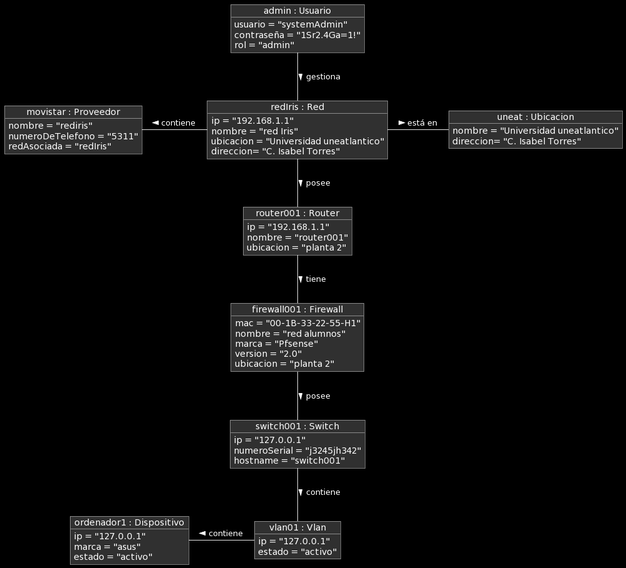
The PlantUML diagram images/DiagramaDeObjetos.png in mmasias/IdSw1-22-23, before a commit. Source of this version:
```plantuml
@startuml
object "admin : Usuario" as admin {
    usuario = "systemAdmin"
    contraseña = "1Sr2.4Ga=1!"
    rol = "admin"
}

object "redIris : Red" as red1 {
ip = "192.168.1.1"
nombre = "red Iris"
ubicacion = "Universidad uneatlantico"
direccion= "C. Isabel Torres"
}

object "router001 : Router" as router {
ip = "192.168.1.1"
nombre = "router001"
ubicacion = "planta 2"
}

object "uneat : Ubicacion" as uneat {
nombre = "Universidad uneatlantico"
direccion= "C. Isabel Torres"
}

object "movistar : Proveedor" as redIris {
nombre = "rediris"
numeroDeTelefono = "5311"
redAsociada = "redIris"
}

object "firewall001 : Firewall" as firewall {
mac = "00-1B-33-22-55-H1"
nombre = "red alumnos"
marca = "Pfsense"
version = "2.0"
ubicacion = "planta 2"
}

object "switch001 : Switch" as switch {
    ip = "127.0.0.1"
    numeroSerial = "j3245jh342"
    hostname = "switch001"
}

object "vlan01 : Vlan" as vlan {
    ip = "127.0.0.1"
    estado = "activo"
}

object "ordenador1 : Dispositivo" as ordenador1 {
    ip = "127.0.0.1"
    marca = "asus"
    estado = "activo"
}

admin -d- red1: gestiona >
red1 -- router: posee >
router -- firewall: tiene >
red1 -l- redIris: contiene >
red1 -r- uneat: está en >
firewall -- switch: posee >
switch -- vlan: contiene >
vlan -l- ordenador1: contiene >
@enduml
```
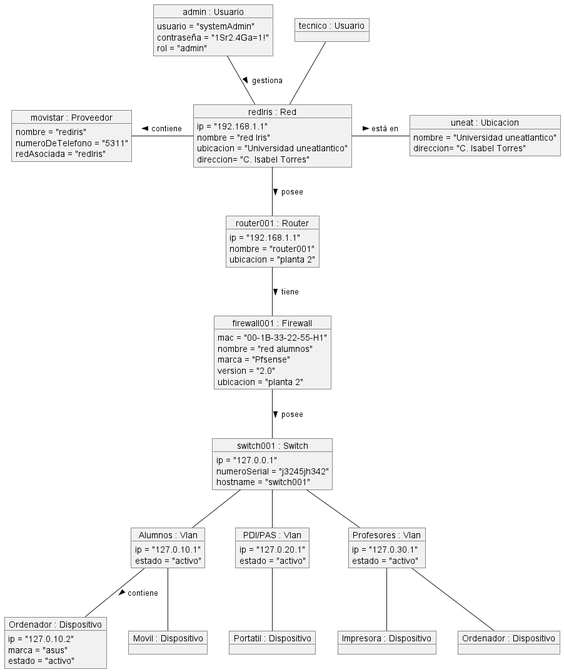
Above is the later version.

The edit, as a diff of the source:
```diff
@@ -1,8 +1,12 @@
-@startuml
+@startuml proyecto
+
 object "admin : Usuario" as admin {
     usuario = "systemAdmin"
     contraseña = "1Sr2.4Ga=1!"
     rol = "admin"
+}
+
+object "tecnico : Usuario" as user {
 }
 
 object "redIris : Red" as red1 {
@@ -43,23 +47,54 @@
     hostname = "switch001"
 }
 
-object "vlan01 : Vlan" as vlan {
-    ip = "127.0.0.1"
+object "Alumnos : Vlan" as vlan {
+    ip = "127.0.10.1"
     estado = "activo"
 }
 
-object "ordenador1 : Dispositivo" as ordenador1 {
-    ip = "127.0.0.1"
+object "PDI/PAS : Vlan" as vlan2 {
+    ip = "127.0.20.1"
+    estado = "activo"
+}
+
+object "Profesores : Vlan" as vlan3 {
+    ip = "127.0.30.1"
+    estado = "activo"
+}
+
+object "Ordenador : Dispositivo" as DA1 {
+    ip = "127.0.10.2"
     marca = "asus"
     estado = "activo"
 }
 
+object "Movil : Dispositivo" as DA2 {
+}
+
+object "Portatil : Dispositivo" as DPP1 {
+}
+
+object "Impresora : Dispositivo" as DP1 {
+}
+
+object "Ordenador : Dispositivo" as DP2 {
+}
+
+
 admin -d- red1: gestiona >
+user -- red1
 red1 -- router: posee >
 router -- firewall: tiene >
 red1 -l- redIris: contiene >
 red1 -r- uneat: está en >
 firewall -- switch: posee >
-switch -- vlan: contiene >
-vlan -l- ordenador1: contiene >
+switch -- vlan
+switch -- vlan2
+switch -- vlan3
+vlan -- DA1: contiene >
+vlan -- DA2
+vlan2 -- DPP1
+vlan3 -- DP1
+vlan3 -- DP2
+
 @enduml
```
